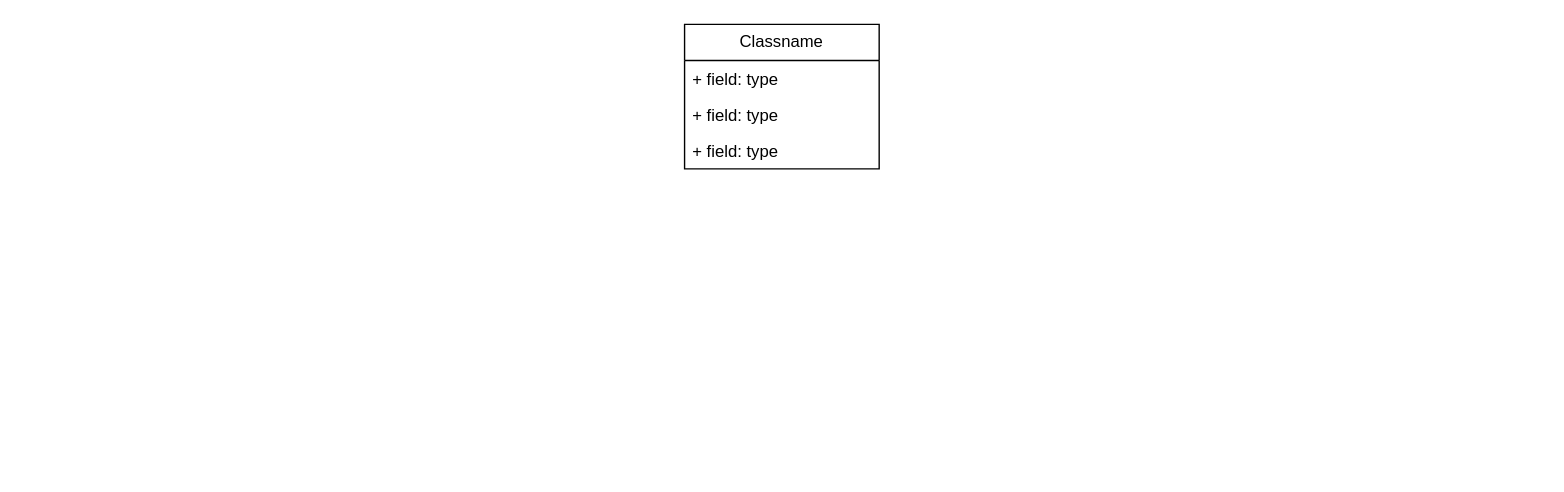
This is Diagrama de classes.drawio from SISTEMAS-IFCE-LN/catalogo-edificacoes, a draw.io file, before an edit. Source tidied: cells renumbered, new cells numbered last; positions are measured from the earlier drawing's top-left corner, leaving out a move shared by most shapes. Both pictures are drawn from the tidied source at 139%, with x=0, y=0 at pixel (684, 24).
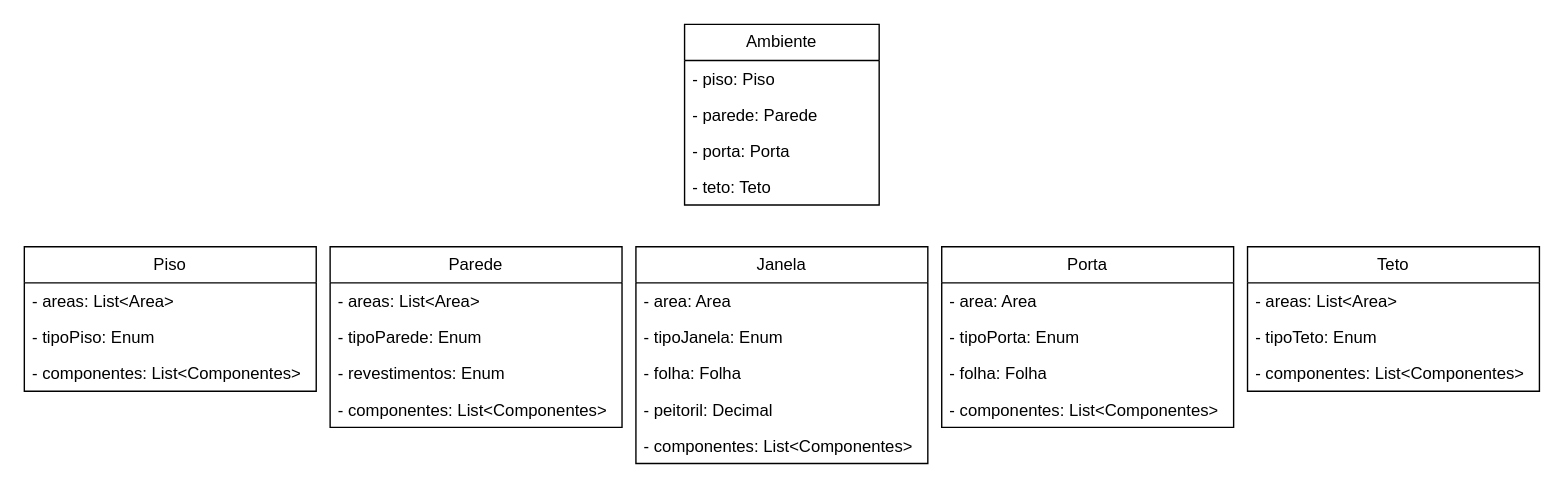
The same diagram, later.

The edit, as a diff of the source:
```diff
@@
-    <mxCell id="2" value="Classname" style="swimlane;fontStyle=0;horizontal=1;startSize=26;fillColor=none;whiteSpace=wrap;html=1;" parent="1" vertex="1">
-      <mxGeometry width="140" height="104" as="geometry" />
+    <mxCell id="2" value="Ambiente" style="swimlane;fontStyle=0;horizontal=1;startSize=26;fillColor=none;whiteSpace=wrap;html=1;" parent="1" vertex="1">
+      <mxGeometry width="140" height="130" as="geometry" />
     </mxCell>
-    <mxCell id="3" value="+ field: type" style="text;strokeColor=none;fillColor=none;align=left;verticalAlign=top;spacingLeft=4;spacingRight=4;overflow=hidden;whiteSpace=wrap;html=1;" parent="2" vertex="1">
+    <mxCell id="3" value="- piso: Piso" style="text;strokeColor=none;fillColor=none;align=left;verticalAlign=top;spacingLeft=4;spacingRight=4;overflow=hidden;whiteSpace=wrap;html=1;" parent="2" vertex="1">
       <mxGeometry y="26" width="140" height="26" as="geometry" />
     </mxCell>
-    <mxCell id="4" value="+ field: type" style="text;strokeColor=none;fillColor=none;align=left;verticalAlign=top;spacingLeft=4;spacingRight=4;overflow=hidden;whiteSpace=wrap;html=1;" parent="2" vertex="1">
+    <mxCell id="4" value="- parede: Parede" style="text;strokeColor=none;fillColor=none;align=left;verticalAlign=top;spacingLeft=4;spacingRight=4;overflow=hidden;whiteSpace=wrap;html=1;" parent="2" vertex="1">
       <mxGeometry y="52" width="140" height="26" as="geometry" />
     </mxCell>
-    <mxCell id="5" value="+ field: type" style="text;strokeColor=none;fillColor=none;align=left;verticalAlign=top;spacingLeft=4;spacingRight=4;overflow=hidden;whiteSpace=wrap;html=1;" parent="2" vertex="1">
+    <mxCell id="5" value="- porta: Porta&lt;span style=&quot;white-space: pre;&quot;&gt;&#9;&lt;/span&gt;" style="text;strokeColor=none;fillColor=none;align=left;verticalAlign=top;spacingLeft=4;spacingRight=4;overflow=hidden;whiteSpace=wrap;html=1;" parent="2" vertex="1">
       <mxGeometry y="78" width="140" height="26" as="geometry" />
     </mxCell>
+    <mxCell id="6" value="- teto: Teto&lt;span style=&quot;white-space: pre;&quot;&gt;&#9;&lt;/span&gt;" style="text;strokeColor=none;fillColor=none;align=left;verticalAlign=top;spacingLeft=4;spacingRight=4;overflow=hidden;whiteSpace=wrap;html=1;" parent="2" vertex="1">
+      <mxGeometry y="104" width="140" height="26" as="geometry" />
+    </mxCell>
+    <mxCell id="7" value="Piso" style="swimlane;fontStyle=0;horizontal=1;startSize=26;fillColor=none;whiteSpace=wrap;html=1;" parent="1" vertex="1">
+      <mxGeometry x="-475" y="160" width="210" height="104" as="geometry" />
+    </mxCell>
+    <mxCell id="8" value="- areas: List&amp;lt;Area&amp;gt;" style="text;strokeColor=none;fillColor=none;align=left;verticalAlign=top;spacingLeft=4;spacingRight=4;overflow=hidden;whiteSpace=wrap;html=1;" parent="7" vertex="1">
+      <mxGeometry y="26" width="210" height="26" as="geometry" />
+    </mxCell>
+    <mxCell id="9" value="- tipoPiso: Enum" style="text;strokeColor=none;fillColor=none;align=left;verticalAlign=top;spacingLeft=4;spacingRight=4;overflow=hidden;whiteSpace=wrap;html=1;" parent="7" vertex="1">
+      <mxGeometry y="52" width="210" height="26" as="geometry" />
+    </mxCell>
+    <mxCell id="10" value="- componentes: List&amp;lt;Componentes&amp;gt;" style="text;strokeColor=none;fillColor=none;align=left;verticalAlign=top;spacingLeft=4;spacingRight=4;overflow=hidden;whiteSpace=wrap;html=1;" parent="7" vertex="1">
+      <mxGeometry y="78" width="210" height="26" as="geometry" />
+    </mxCell>
+    <mxCell id="11" value="Parede" style="swimlane;fontStyle=0;horizontal=1;startSize=26;fillColor=none;whiteSpace=wrap;html=1;" parent="1" vertex="1">
+      <mxGeometry x="-255" y="160" width="210" height="130" as="geometry" />
+    </mxCell>
+    <mxCell id="12" value="- areas: List&amp;lt;Area&amp;gt;" style="text;strokeColor=none;fillColor=none;align=left;verticalAlign=top;spacingLeft=4;spacingRight=4;overflow=hidden;whiteSpace=wrap;html=1;" parent="11" vertex="1">
+      <mxGeometry y="26" width="210" height="26" as="geometry" />
+    </mxCell>
+    <mxCell id="13" value="- tipoParede: Enum" style="text;strokeColor=none;fillColor=none;align=left;verticalAlign=top;spacingLeft=4;spacingRight=4;overflow=hidden;whiteSpace=wrap;html=1;" parent="11" vertex="1">
+      <mxGeometry y="52" width="210" height="26" as="geometry" />
+    </mxCell>
+    <mxCell id="14" value="- revestimentos: Enum" style="text;strokeColor=none;fillColor=none;align=left;verticalAlign=top;spacingLeft=4;spacingRight=4;overflow=hidden;whiteSpace=wrap;html=1;" parent="11" vertex="1">
+      <mxGeometry y="78" width="210" height="26" as="geometry" />
+    </mxCell>
+    <mxCell id="15" value="- componentes: List&amp;lt;Componentes&amp;gt;" style="text;strokeColor=none;fillColor=none;align=left;verticalAlign=top;spacingLeft=4;spacingRight=4;overflow=hidden;whiteSpace=wrap;html=1;" parent="11" vertex="1">
+      <mxGeometry y="104" width="210" height="26" as="geometry" />
+    </mxCell>
+    <mxCell id="16" value="Porta" style="swimlane;fontStyle=0;horizontal=1;startSize=26;fillColor=none;whiteSpace=wrap;html=1;" parent="1" vertex="1">
+      <mxGeometry x="185" y="160" width="210" height="130" as="geometry" />
+    </mxCell>
+    <mxCell id="17" value="- area: Area" style="text;strokeColor=none;fillColor=none;align=left;verticalAlign=top;spacingLeft=4;spacingRight=4;overflow=hidden;whiteSpace=wrap;html=1;" parent="16" vertex="1">
+      <mxGeometry y="26" width="210" height="26" as="geometry" />
+    </mxCell>
+    <mxCell id="18" value="- tipoPorta: Enum" style="text;strokeColor=none;fillColor=none;align=left;verticalAlign=top;spacingLeft=4;spacingRight=4;overflow=hidden;whiteSpace=wrap;html=1;" parent="16" vertex="1">
+      <mxGeometry y="52" width="210" height="26" as="geometry" />
+    </mxCell>
+    <mxCell id="19" value="- folha: Folha" style="text;strokeColor=none;fillColor=none;align=left;verticalAlign=top;spacingLeft=4;spacingRight=4;overflow=hidden;whiteSpace=wrap;html=1;" parent="16" vertex="1">
+      <mxGeometry y="78" width="210" height="26" as="geometry" />
+    </mxCell>
+    <mxCell id="20" value="- componentes: List&amp;lt;Componentes&amp;gt;" style="text;strokeColor=none;fillColor=none;align=left;verticalAlign=top;spacingLeft=4;spacingRight=4;overflow=hidden;whiteSpace=wrap;html=1;" parent="16" vertex="1">
+      <mxGeometry y="104" width="210" height="26" as="geometry" />
+    </mxCell>
+    <mxCell id="21" value="Janela" style="swimlane;fontStyle=0;horizontal=1;startSize=26;fillColor=none;whiteSpace=wrap;html=1;" parent="1" vertex="1">
+      <mxGeometry x="-35" y="160" width="210" height="156" as="geometry" />
+    </mxCell>
+    <mxCell id="22" value="- area: Area" style="text;strokeColor=none;fillColor=none;align=left;verticalAlign=top;spacingLeft=4;spacingRight=4;overflow=hidden;whiteSpace=wrap;html=1;" parent="21" vertex="1">
+      <mxGeometry y="26" width="210" height="26" as="geometry" />
+    </mxCell>
+    <mxCell id="23" value="- tipoJanela: Enum" style="text;strokeColor=none;fillColor=none;align=left;verticalAlign=top;spacingLeft=4;spacingRight=4;overflow=hidden;whiteSpace=wrap;html=1;" parent="21" vertex="1">
+      <mxGeometry y="52" width="210" height="26" as="geometry" />
+    </mxCell>
+    <mxCell id="24" value="- folha: Folha" style="text;strokeColor=none;fillColor=none;align=left;verticalAlign=top;spacingLeft=4;spacingRight=4;overflow=hidden;whiteSpace=wrap;html=1;" parent="21" vertex="1">
+      <mxGeometry y="78" width="210" height="26" as="geometry" />
+    </mxCell>
+    <mxCell id="25" value="- peitoril: Decimal" style="text;strokeColor=none;fillColor=none;align=left;verticalAlign=top;spacingLeft=4;spacingRight=4;overflow=hidden;whiteSpace=wrap;html=1;" parent="21" vertex="1">
+      <mxGeometry y="104" width="210" height="26" as="geometry" />
+    </mxCell>
+    <mxCell id="26" value="- componentes: List&amp;lt;Componentes&amp;gt;" style="text;strokeColor=none;fillColor=none;align=left;verticalAlign=top;spacingLeft=4;spacingRight=4;overflow=hidden;whiteSpace=wrap;html=1;" parent="21" vertex="1">
+      <mxGeometry y="130" width="210" height="26" as="geometry" />
+    </mxCell>
+    <mxCell id="27" value="Teto" style="swimlane;fontStyle=0;horizontal=1;startSize=26;fillColor=none;whiteSpace=wrap;html=1;" parent="1" vertex="1">
+      <mxGeometry x="405" y="160" width="210" height="104" as="geometry" />
+    </mxCell>
+    <mxCell id="28" value="- areas: List&amp;lt;Area&amp;gt;" style="text;strokeColor=none;fillColor=none;align=left;verticalAlign=top;spacingLeft=4;spacingRight=4;overflow=hidden;whiteSpace=wrap;html=1;" parent="27" vertex="1">
+      <mxGeometry y="26" width="210" height="26" as="geometry" />
+    </mxCell>
+    <mxCell id="29" value="- tipoTeto: Enum" style="text;strokeColor=none;fillColor=none;align=left;verticalAlign=top;spacingLeft=4;spacingRight=4;overflow=hidden;whiteSpace=wrap;html=1;" parent="27" vertex="1">
+      <mxGeometry y="52" width="210" height="26" as="geometry" />
+    </mxCell>
+    <mxCell id="30" value="- componentes: List&amp;lt;Componentes&amp;gt;" style="text;strokeColor=none;fillColor=none;align=left;verticalAlign=top;spacingLeft=4;spacingRight=4;overflow=hidden;whiteSpace=wrap;html=1;" parent="27" vertex="1">
+      <mxGeometry y="78" width="210" height="26" as="geometry" />
+    </mxCell>
```
